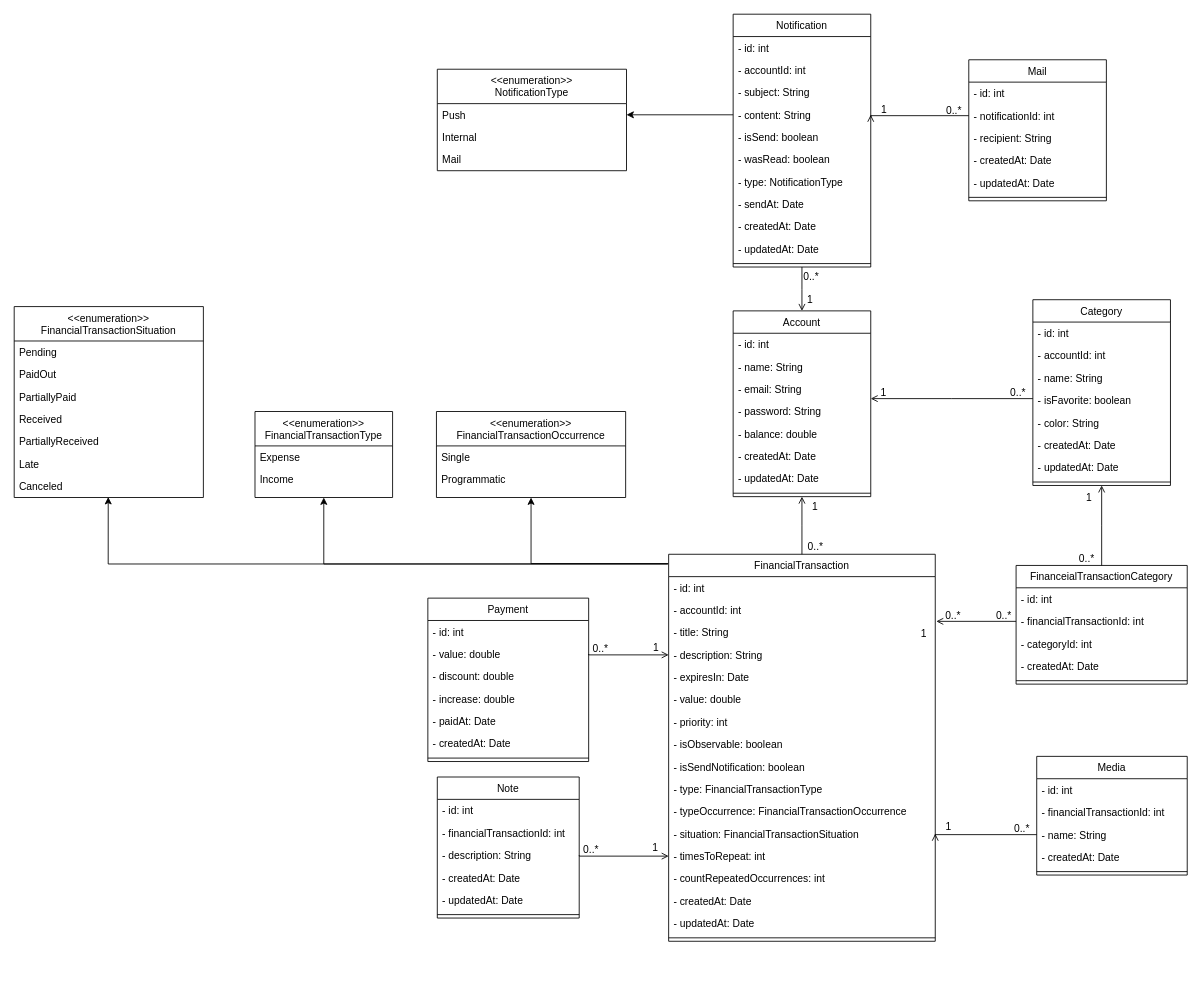
Earlier version of the draw.io diagram docs/class.diagram.drawio (Danrley-Ruan-Saquetti/esliph-finance). Source tidied: cells renumbered, new cells numbered last; positions are measured from the earlier drawing's top-left corner, leaving out a move shared by most shapes. Both pictures are drawn from the tidied source at 86%, with x=0, y=0 at pixel (14, 14).
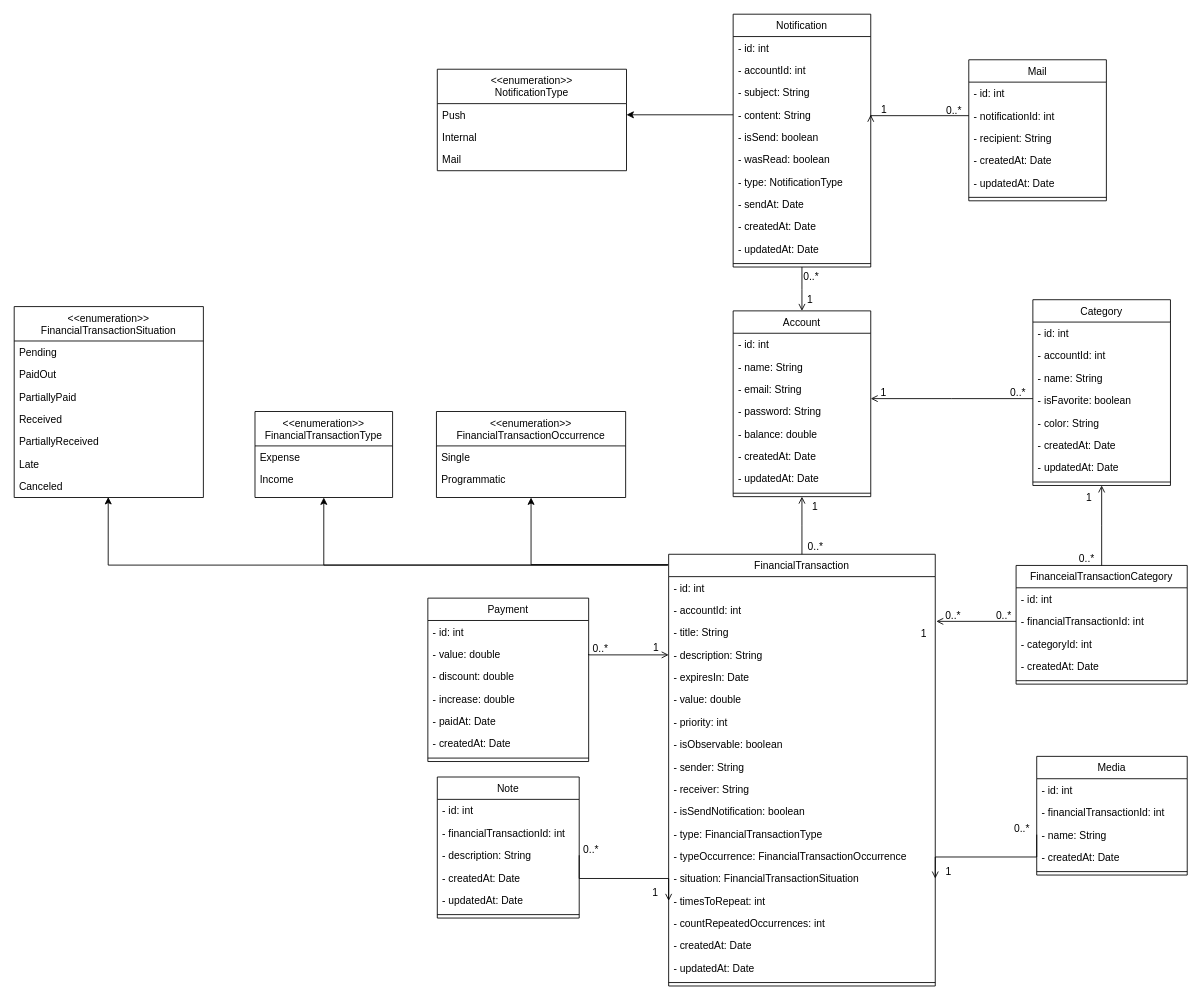
The same diagram, later.

The edit, as a diff of the source:
```diff
@@
     <mxCell id="26" value="FinancialTransaction" style="swimlane;fontStyle=0;align=center;verticalAlign=top;horizontal=1;startSize=26;rounded=0;shadow=0;strokeWidth=1;" parent="1" vertex="1">
-      <mxGeometry x="761" y="628" width="310" height="450" as="geometry" />
+      <mxGeometry x="761" y="628" width="310" height="502" as="geometry" />
     </mxCell>
@@
+    <mxCell id="134" value="- sender: String" style="text;align=left;verticalAlign=top;spacingLeft=4;spacingRight=4;overflow=hidden;" parent="26" vertex="1">
+      <mxGeometry y="234" width="310" height="26" as="geometry" />
+    </mxCell>
+    <mxCell id="135" value="- receiver: String" style="text;align=left;verticalAlign=top;spacingLeft=4;spacingRight=4;overflow=hidden;" parent="26" vertex="1">
+      <mxGeometry y="260" width="310" height="26" as="geometry" />
+    </mxCell>
     <mxCell id="35" value="- isSendNotification: boolean" style="text;align=left;verticalAlign=top;spacingLeft=4;spacingRight=4;overflow=hidden;" parent="26" vertex="1">
-      <mxGeometry y="234" width="310" height="26" as="geometry" />
+      <mxGeometry y="286" width="310" height="26" as="geometry" />
     </mxCell>
     <mxCell id="36" value="- type: FinancialTransactionType" style="text;align=left;verticalAlign=top;spacingLeft=4;spacingRight=4;overflow=hidden;" parent="26" vertex="1">
-      <mxGeometry y="260" width="310" height="26" as="geometry" />
+      <mxGeometry y="312" width="310" height="26" as="geometry" />
     </mxCell>
     <mxCell id="37" value="- typeOccurrence: FinancialTransactionOccurrence" style="text;align=left;verticalAlign=top;spacingLeft=4;spacingRight=4;overflow=hidden;" parent="26" vertex="1">
-      <mxGeometry y="286" width="310" height="26" as="geometry" />
+      <mxGeometry y="338" width="310" height="26" as="geometry" />
     </mxCell>
     <mxCell id="38" value="- situation: FinancialTransactionSituation" style="text;align=left;verticalAlign=top;spacingLeft=4;spacingRight=4;overflow=hidden;points=[[0,0.5],[1,0.5]];portConstraint=eastwest;" parent="26" vertex="1">
-      <mxGeometry y="312" width="310" height="26" as="geometry" />
+      <mxGeometry y="364" width="310" height="26" as="geometry" />
     </mxCell>
     <mxCell id="39" value="- timesToRepeat: int" style="text;align=left;verticalAlign=top;spacingLeft=4;spacingRight=4;overflow=hidden;points=[[0,0.5],[1,0.5]];portConstraint=eastwest;rounded=0;shadow=0;html=0;" parent="26" vertex="1">
-      <mxGeometry y="338" width="310" height="26" as="geometry" />
+      <mxGeometry y="390" width="310" height="26" as="geometry" />
     </mxCell>
     <mxCell id="40" value="- countRepeatedOccurrences: int" style="text;align=left;verticalAlign=top;spacingLeft=4;spacingRight=4;overflow=hidden;rounded=0;shadow=0;html=0;" parent="26" vertex="1">
-      <mxGeometry y="364" width="310" height="26" as="geometry" />
+      <mxGeometry y="416" width="310" height="26" as="geometry" />
     </mxCell>
     <mxCell id="41" value="- createdAt: Date" style="text;align=left;verticalAlign=top;spacingLeft=4;spacingRight=4;overflow=hidden;rounded=0;shadow=0;html=0;" parent="26" vertex="1">
-      <mxGeometry y="390" width="310" height="26" as="geometry" />
+      <mxGeometry y="442" width="310" height="26" as="geometry" />
     </mxCell>
     <mxCell id="42" value="- updatedAt: Date" style="text;align=left;verticalAlign=top;spacingLeft=4;spacingRight=4;overflow=hidden;rounded=0;shadow=0;html=0;" parent="26" vertex="1">
-      <mxGeometry y="416" width="310" height="26" as="geometry" />
+      <mxGeometry y="468" width="310" height="26" as="geometry" />
     </mxCell>
     <mxCell id="43" style="line;html=1;strokeWidth=1;align=left;verticalAlign=middle;spacingTop=-1;spacingLeft=3;spacingRight=3;labelPosition=right;" parent="26" vertex="1">
-      <mxGeometry y="442" width="310" height="8" as="geometry" />
+      <mxGeometry y="494" width="310" height="8" as="geometry" />
     </mxCell>
```
